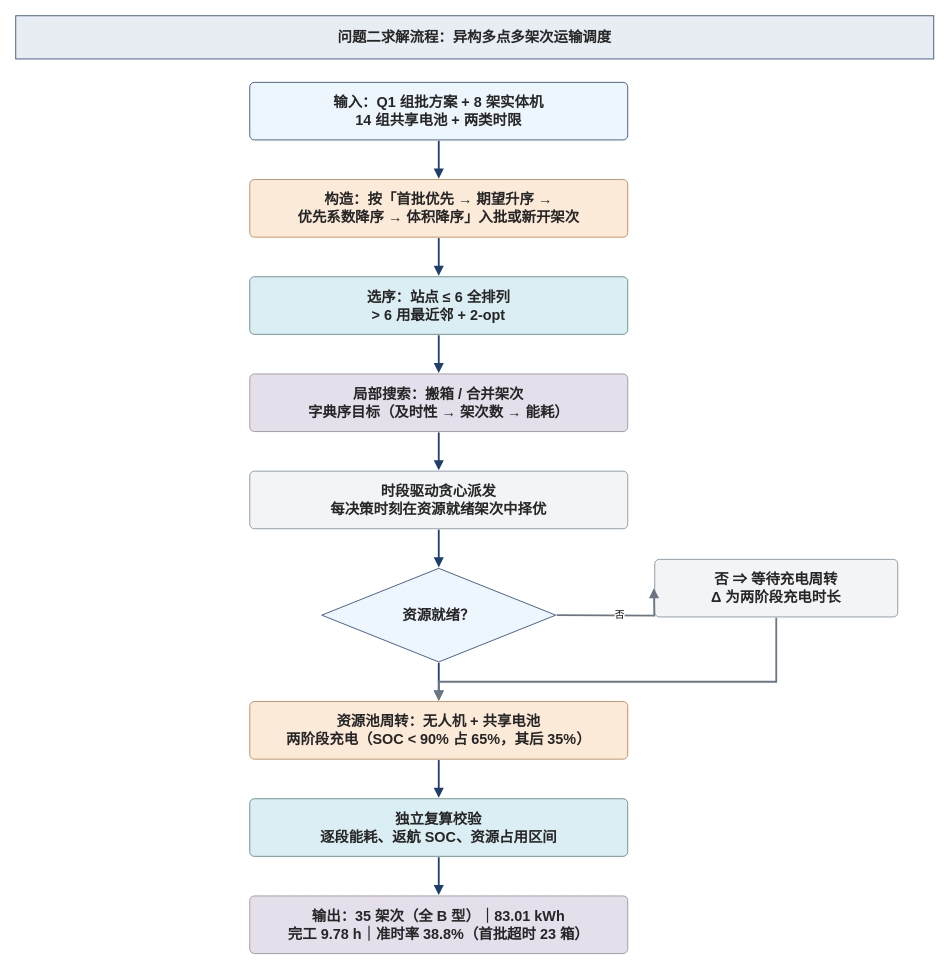
starfruitsz/MathAgent keeps this draw.io diagram as otheragent/diagrams/f02_flow.drawio. Above is the earlier version. Source tidied: cells renumbered, new cells numbered last; positions are measured from the earlier drawing's top-left corner, leaving out a move shared by most shapes. Both pictures are drawn from the tidied source at 90%, with x=0, y=0 at pixel (15, 15).
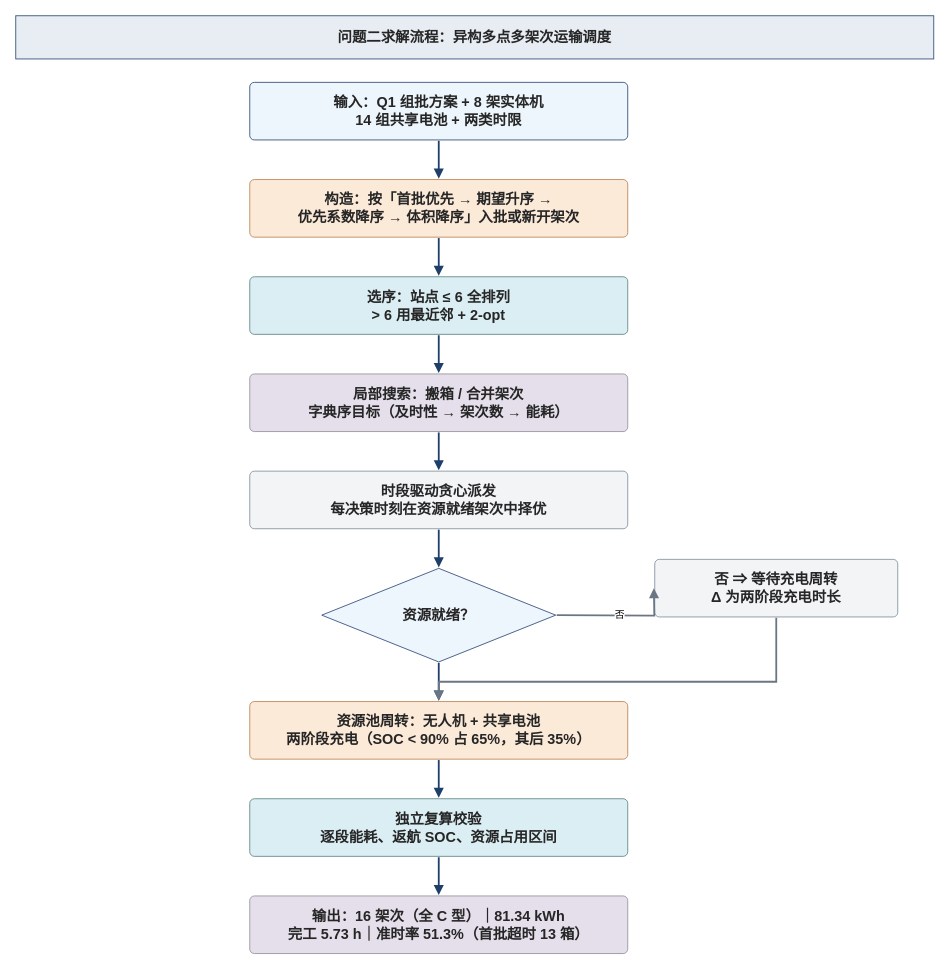
After the change.

What changed in the source:
```diff
@@
-    <mxCell id="21" value="输出：35 架次（全 B 型）｜83.01 kWh&lt;br&gt;完工 9.78 h｜准时率 38.8%（首批超时 23 箱）" style="rounded=1;arcSize=8;whiteSpace=wrap;html=1;fillColor=#e5dfeb;strokeColor=#9b979f;strokeWidth=1;fontSize=16;fontStyle=1;fontColor=#262626;fontFamily=Microsoft YaHei,PingFang SC,Helvetica;align=center;verticalAlign=middle;" parent="1" vertex="1">
+    <mxCell id="21" value="输出：16 架次（全 C 型）｜81.34 kWh&lt;br&gt;完工 5.73 h｜准时率 51.3%（首批超时 13 箱）" style="rounded=1;arcSize=8;whiteSpace=wrap;html=1;fillColor=#e5dfeb;strokeColor=#9b979f;strokeWidth=1;fontSize=16;fontStyle=1;fontColor=#262626;fontFamily=Microsoft YaHei,PingFang SC,Helvetica;align=center;verticalAlign=middle;" parent="1" vertex="1">
       <mxGeometry x="260" y="978" width="420" height="64" as="geometry" />
     </mxCell>
```
